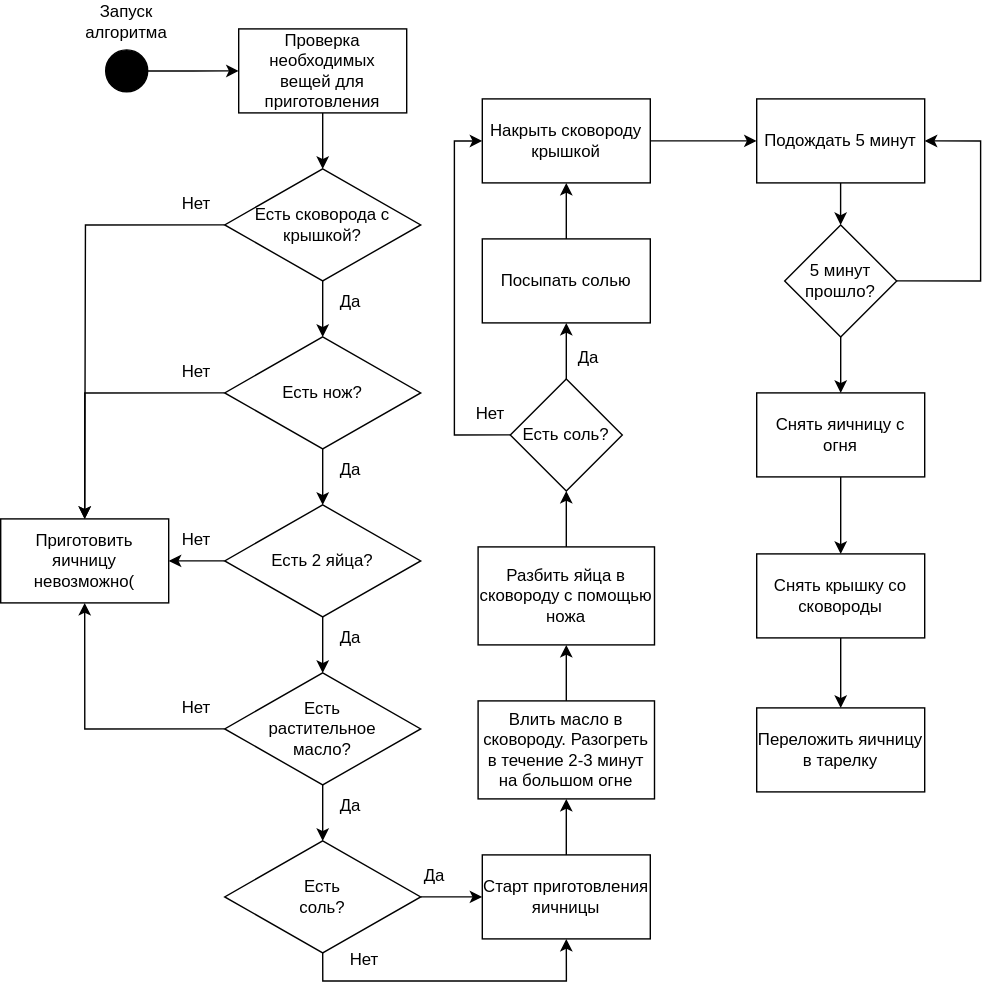
Above: _assets/fried-eggs-scheme.svg in CibPsy/ozon-test-task (draw.io), before the change. Source tidied: cells renumbered, new cells last; positions are measured from the earlier drawing's top-left corner, leaving out a move shared by most shapes.
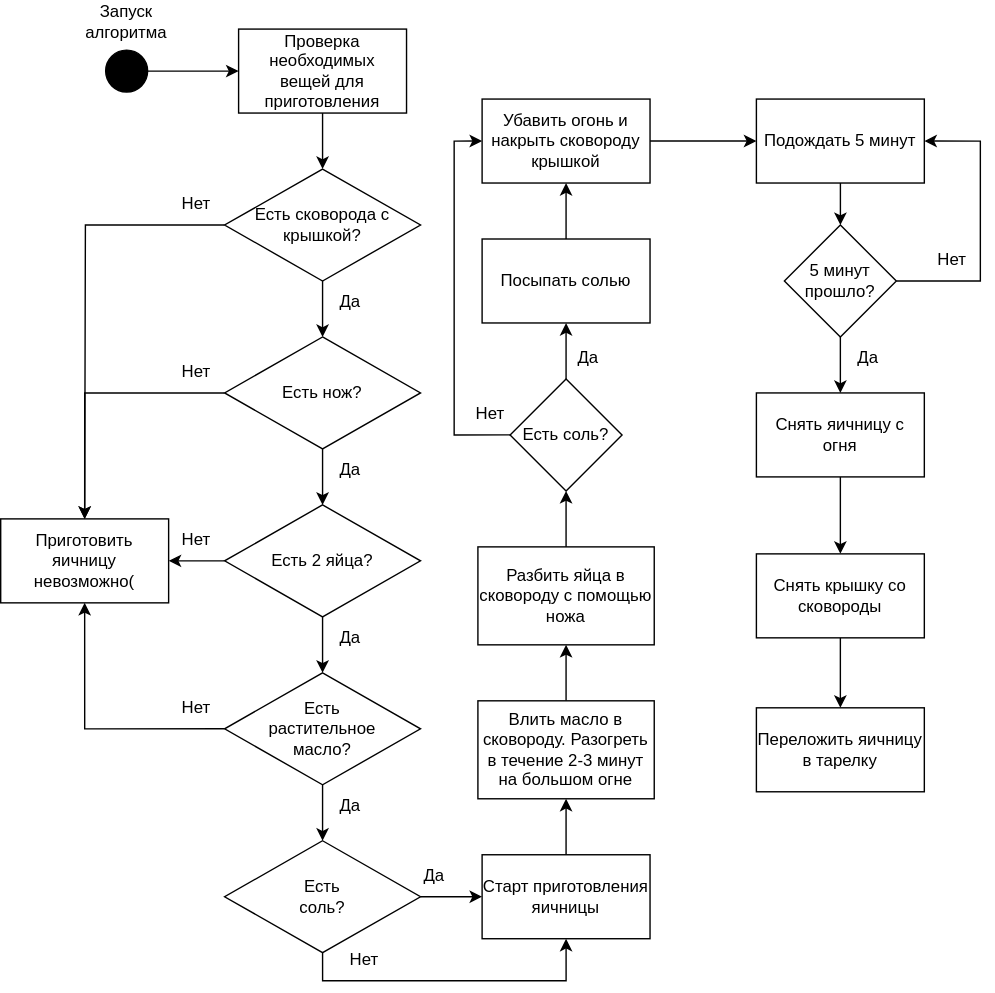
The same diagram one commit later.

What changed in the source:
```diff
@@ -129,7 +129,7 @@
     <mxCell id="42" style="edgeStyle=orthogonalEdgeStyle;rounded=0;jettySize=auto;html=1;" parent="1" edge="1" source="43" target="47">
       <mxGeometry relative="1" as="geometry" />
     </mxCell>
-    <mxCell id="43" value="Накрыть сковороду крышкой" style="whiteSpace=wrap;html=1;rounded=0;" parent="1" vertex="1">
+    <mxCell id="43" value="Убавить огонь и накрыть сковороду крышкой" style="whiteSpace=wrap;html=1;rounded=0;" parent="1" vertex="1">
       <mxGeometry x="344" y="70" width="120" height="60" as="geometry" />
     </mxCell>
     <mxCell id="44" value="Да" style="text;html=1;strokeColor=none;fillColor=none;align=center;verticalAlign=middle;whiteSpace=wrap;rounded=0;" parent="1" vertex="1">
@@ -179,5 +179,11 @@
     <mxCell id="57" value="Нет" style="text;html=1;strokeColor=none;fillColor=none;align=center;verticalAlign=middle;whiteSpace=wrap;rounded=0;" parent="1" vertex="1">
       <mxGeometry x="230" y="670" width="60" height="30" as="geometry" />
     </mxCell>
+    <mxCell id="58" value="Да" style="text;html=1;strokeColor=none;fillColor=none;align=center;verticalAlign=middle;whiteSpace=wrap;rounded=0;" parent="1" vertex="1">
+      <mxGeometry x="590" y="240" width="60" height="30" as="geometry" />
+    </mxCell>
+    <mxCell id="59" value="Нет" style="text;html=1;strokeColor=none;fillColor=none;align=center;verticalAlign=middle;whiteSpace=wrap;rounded=0;" parent="1" vertex="1">
+      <mxGeometry x="650" y="170" width="60" height="30" as="geometry" />
+    </mxCell>
   </root>
 </mxGraphModel>
```
